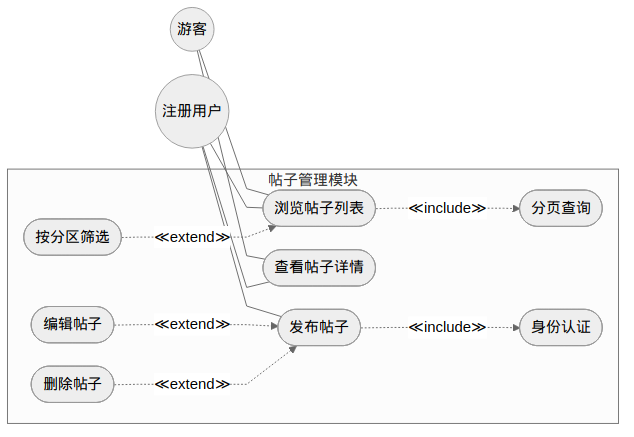
This is docs/diagrams/fig3-3-post-usecase.png from Wkjlovec/graduation_project_zhuang, a Mermaid export, as it was before one commit. Its source is kept beside it as docs/diagrams/fig3-3-post-usecase.mmd.
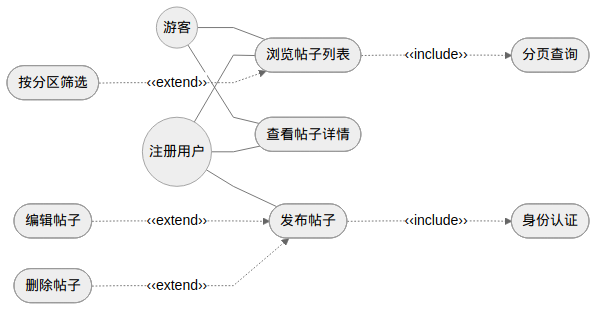
Later version of the same file.

Change to the diagram source:
```diff
@@ -1,27 +1,12 @@
-%%{init: {'theme': 'neutral', 'flowchart': {'curve': 'linear', 'rankSpacing': 35, 'nodeSpacing': 25}}}%%
+%%{init: {'theme': 'neutral', 'flowchart': {'curve': 'linear', 'rankSpacing': 50, 'nodeSpacing': 35}}}%%
 graph LR
-    Guest((游客))
-    User((注册用户))
-
-    subgraph 帖子管理模块
-        direction TB
-        UC1([浏览帖子列表])
-        UC2([分页查询])
-        UC3([按分区筛选])
-        UC4([查看帖子详情])
-        UC5([发布帖子])
-        UC6([身份认证])
-        UC7([编辑帖子])
-        UC8([删除帖子])
-    end
-
-    Guest --- UC1
-    Guest --- UC4
-    User --- UC1
-    User --- UC4
-    User --- UC5
-    UC1 -..->|"≪include≫"| UC2
-    UC3 -..->|"≪extend≫"| UC1
-    UC5 -..->|"≪include≫"| UC6
-    UC7 -..->|"≪extend≫"| UC5
-    UC8 -..->|"≪extend≫"| UC5
+    Guest((游客)) --- UC1([浏览帖子列表])
+    Guest --- UC3([查看帖子详情])
+    User((注册用户)) --- UC1
+    User --- UC3
+    User --- UC4([发布帖子])
+    UC1 -..->|"‹‹include››"| UC2([分页查询])
+    UC6([按分区筛选]) -..->|"‹‹extend››"| UC1
+    UC4 -..->|"‹‹include››"| UC5([身份认证])
+    UC7([编辑帖子]) -..->|"‹‹extend››"| UC4
+    UC8([删除帖子]) -..->|"‹‹extend››"| UC4
```
